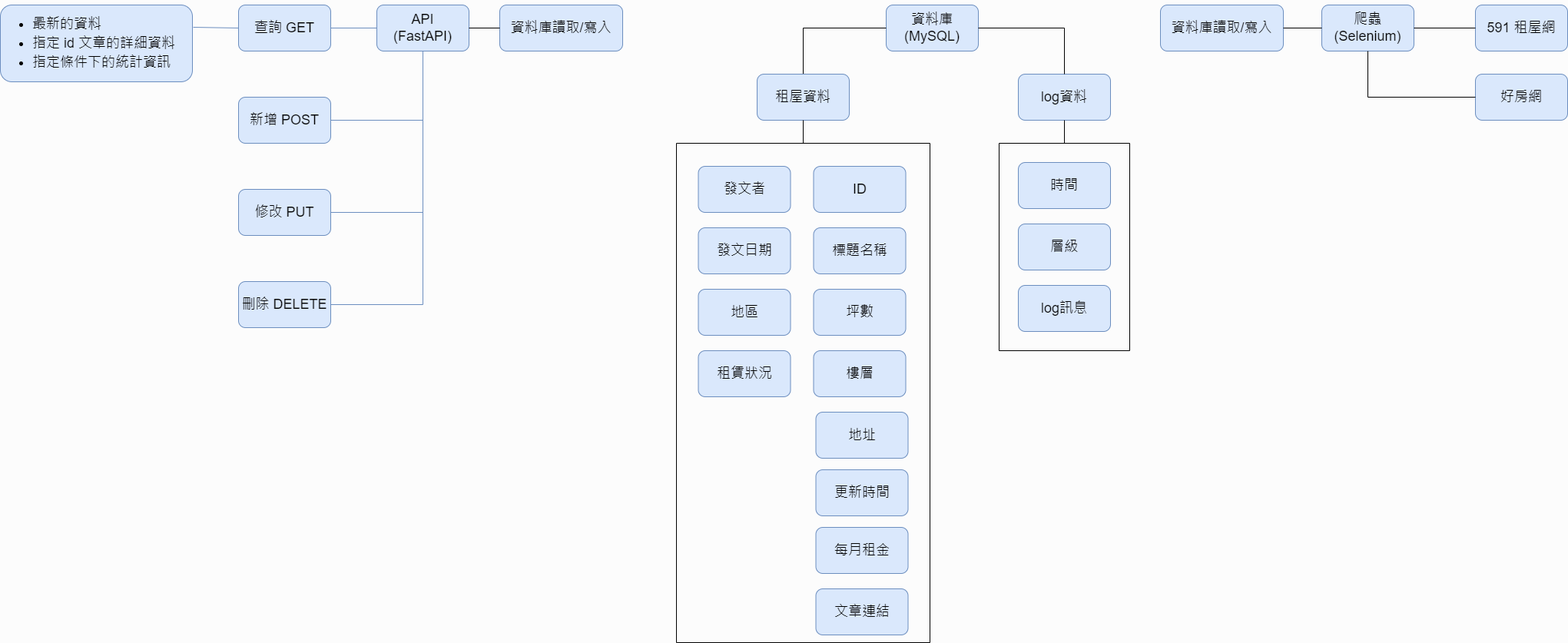
Earlier version of the draw.io export image/工作項目.drawio.png (wosamar/web-crawler). Source tidied: cells renumbered, new cells last; positions are measured from the earlier drawing's top-left corner, leaving out a move shared by most shapes.
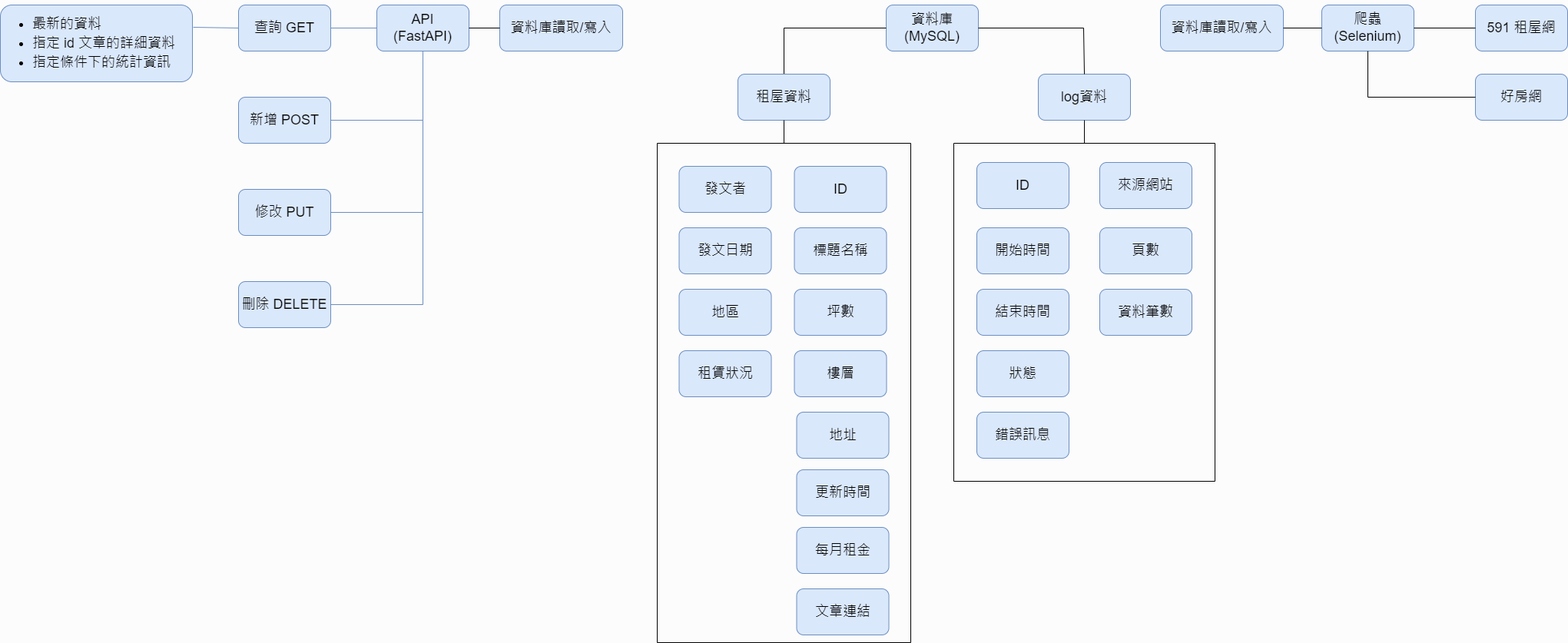
The same diagram one commit later.

The edit, as a diff of the source:
```diff
@@ -65,7 +65,7 @@
       <mxGeometry x="1920" y="90" width="120" height="60" as="geometry" />
     </mxCell>
     <mxCell id="17" value="log資料" style="rounded=1;whiteSpace=wrap;html=1;fontSize=18;fillColor=#dae8fc;strokeColor=#6c8ebf;" parent="1" vertex="1">
-      <mxGeometry x="1325" y="90" width="120" height="60" as="geometry" />
+      <mxGeometry x="1351" y="90" width="120" height="60" as="geometry" />
     </mxCell>
     <mxCell id="18" value="資料庫讀取/寫入" style="rounded=1;whiteSpace=wrap;html=1;fontSize=18;fillColor=#dae8fc;strokeColor=#6c8ebf;" parent="1" vertex="1">
       <mxGeometry x="650" width="160" height="60" as="geometry" />
@@ -90,7 +90,7 @@
       </mxGeometry>
     </mxCell>
     <mxCell id="24" style="swimlane;startSize=0;fontSize=18;" parent="1" vertex="1">
-      <mxGeometry x="880" y="180" width="330" height="650" as="geometry" />
+      <mxGeometry x="855" y="180" width="330" height="650" as="geometry" />
     </mxCell>
     <mxCell id="25" value="ID" style="rounded=1;whiteSpace=wrap;html=1;fontSize=18;fillColor=#dae8fc;strokeColor=#6c8ebf;" parent="24" vertex="1">
       <mxGeometry x="178.5" y="30" width="120" height="60" as="geometry" />
@@ -131,34 +131,49 @@
     <mxCell id="37" style="endArrow=none;html=1;rounded=0;fontSize=18;entryX=0;entryY=0.5;entryDx=0;entryDy=0;exitX=0.5;exitY=0;exitDx=0;exitDy=0;startArrow=none;" parent="1" edge="1" source="44" target="5">
       <mxGeometry relative="1" as="geometry">
         <Array as="points">
-          <mxPoint x="1045" y="30" />
+          <mxPoint x="1020" y="30" />
         </Array>
       </mxGeometry>
     </mxCell>
     <mxCell id="38" style="endArrow=none;startArrow=none;html=1;rounded=0;fontSize=18;exitX=1;exitY=0.5;exitDx=0;exitDy=0;entryX=0.5;entryY=0;entryDx=0;entryDy=0;endFill=0;startFill=0;" parent="1" edge="1" source="5" target="17">
       <mxGeometry relative="1" as="geometry">
         <Array as="points">
-          <mxPoint x="1385" y="30" />
+          <mxPoint x="1410" y="30" />
         </Array>
       </mxGeometry>
     </mxCell>
     <mxCell id="39" style="swimlane;startSize=0;fontSize=18;" parent="1" vertex="1">
-      <mxGeometry x="1300" y="180" width="170" height="270" as="geometry" />
+      <mxGeometry x="1241" y="180" width="340" height="440" as="geometry" />
     </mxCell>
-    <mxCell id="40" value="時間" style="rounded=1;whiteSpace=wrap;html=1;fontSize=18;fillColor=#dae8fc;strokeColor=#6c8ebf;" parent="39" vertex="1">
-      <mxGeometry x="25" y="25" width="120" height="60" as="geometry" />
+    <mxCell id="40" value="開始時間" style="rounded=1;whiteSpace=wrap;html=1;fontSize=18;fillColor=#dae8fc;strokeColor=#6c8ebf;" parent="39" vertex="1">
+      <mxGeometry x="30" y="110" width="120" height="60" as="geometry" />
     </mxCell>
-    <mxCell id="41" value="層級" style="rounded=1;whiteSpace=wrap;html=1;fontSize=18;fillColor=#dae8fc;strokeColor=#6c8ebf;" parent="39" vertex="1">
-      <mxGeometry x="25" y="105" width="120" height="60" as="geometry" />
+    <mxCell id="41" value="狀態" style="rounded=1;whiteSpace=wrap;html=1;fontSize=18;fillColor=#dae8fc;strokeColor=#6c8ebf;" parent="39" vertex="1">
+      <mxGeometry x="30" y="270" width="120" height="60" as="geometry" />
     </mxCell>
-    <mxCell id="42" value="log訊息" style="rounded=1;whiteSpace=wrap;html=1;fontSize=18;fillColor=#dae8fc;strokeColor=#6c8ebf;" parent="39" vertex="1">
-      <mxGeometry x="25" y="185" width="120" height="60" as="geometry" />
+    <mxCell id="42" value="錯誤訊息" style="rounded=1;whiteSpace=wrap;html=1;fontSize=18;fillColor=#dae8fc;strokeColor=#6c8ebf;" parent="39" vertex="1">
+      <mxGeometry x="30" y="350" width="120" height="60" as="geometry" />
     </mxCell>
+    <mxCell id="46" value="ID" style="rounded=1;whiteSpace=wrap;html=1;fontSize=18;fillColor=#dae8fc;strokeColor=#6c8ebf;" parent="39" vertex="1">
+      <mxGeometry x="30" y="25" width="120" height="60" as="geometry" />
+    </mxCell>
+    <mxCell id="47" value="結束時間" style="rounded=1;whiteSpace=wrap;html=1;fontSize=18;fillColor=#dae8fc;strokeColor=#6c8ebf;" parent="39" vertex="1">
+      <mxGeometry x="30" y="190" width="120" height="60" as="geometry" />
+    </mxCell>
+    <mxCell id="48" value="來源網站" style="rounded=1;whiteSpace=wrap;html=1;fontSize=18;fillColor=#dae8fc;strokeColor=#6c8ebf;" parent="39" vertex="1">
+      <mxGeometry x="190" y="25" width="120" height="60" as="geometry" />
+    </mxCell>
+    <mxCell id="49" value="資料筆數" style="rounded=1;whiteSpace=wrap;html=1;fontSize=18;fillColor=#dae8fc;strokeColor=#6c8ebf;" parent="39" vertex="1">
+      <mxGeometry x="190" y="190" width="120" height="60" as="geometry" />
+    </mxCell>
+    <mxCell id="50" value="頁數" style="rounded=1;whiteSpace=wrap;html=1;fontSize=18;fillColor=#dae8fc;strokeColor=#6c8ebf;" parent="39" vertex="1">
+      <mxGeometry x="190" y="110" width="120" height="60" as="geometry" />
+    </mxCell>
     <mxCell id="43" style="endArrow=none;html=1;rounded=0;fontSize=18;entryX=0.5;entryY=1;entryDx=0;entryDy=0;exitX=0.5;exitY=0;exitDx=0;exitDy=0;" parent="1" edge="1" source="39" target="17">
       <mxGeometry relative="1" as="geometry" />
     </mxCell>
     <mxCell id="44" value="租屋資料" style="rounded=1;whiteSpace=wrap;html=1;fontSize=18;fillColor=#dae8fc;strokeColor=#6c8ebf;" parent="1" vertex="1">
-      <mxGeometry x="985" y="90" width="120" height="60" as="geometry" />
+      <mxGeometry x="960" y="90" width="120" height="60" as="geometry" />
     </mxCell>
     <mxCell id="45" style="endArrow=none;html=1;rounded=0;fontSize=18;entryX=0.5;entryY=1;entryDx=0;entryDy=0;exitX=0.5;exitY=0;exitDx=0;exitDy=0;" parent="1" edge="1" source="24" target="44">
       <mxGeometry relative="1" as="geometry" />
```
